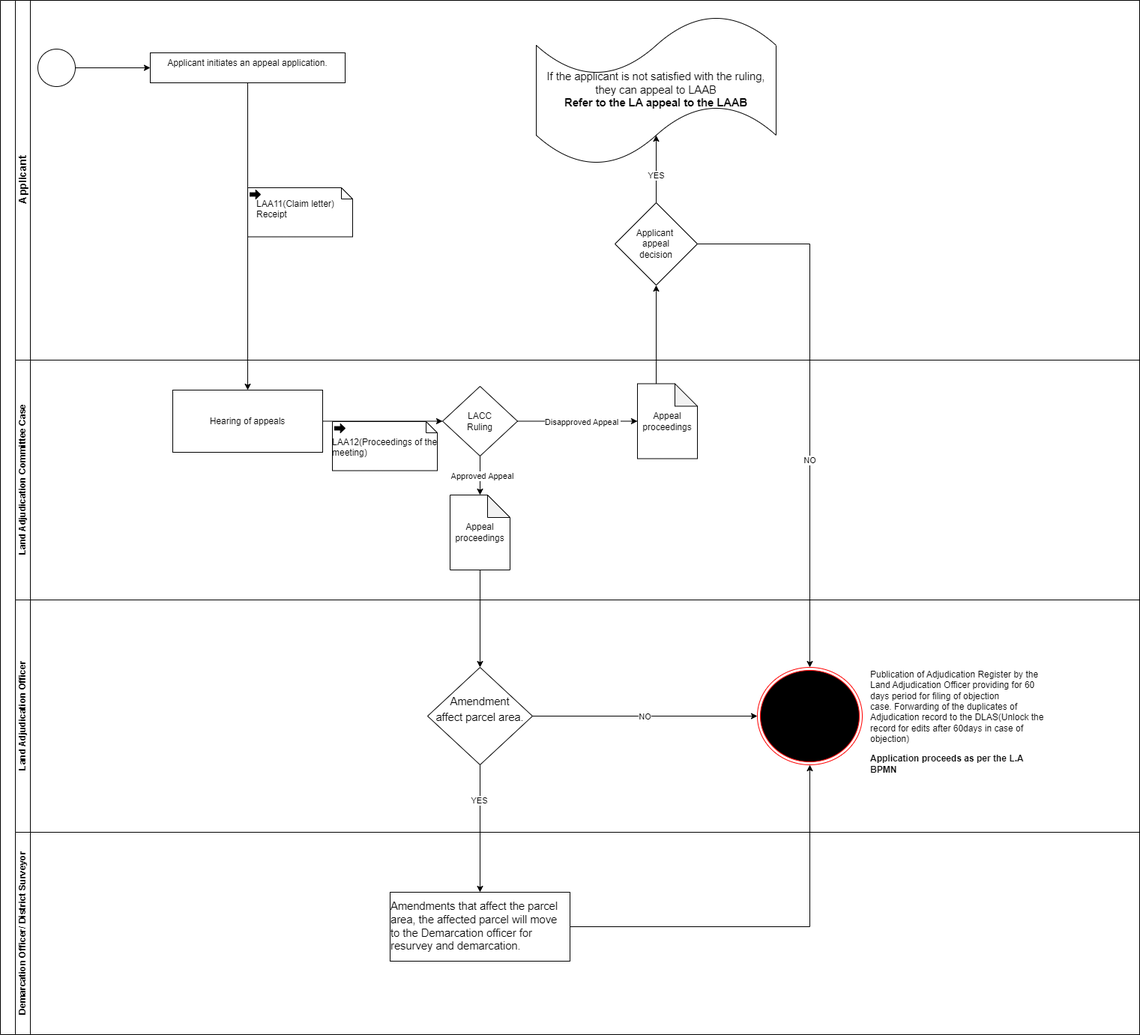
Earlier version of the draw.io export Land Adjudication Appeal to the LACC.drawio.png (geoprojectke/BPMN). Source tidied: cells renumbered, new cells last; positions are measured from the earlier drawing's top-left corner, leaving out a move shared by most shapes.
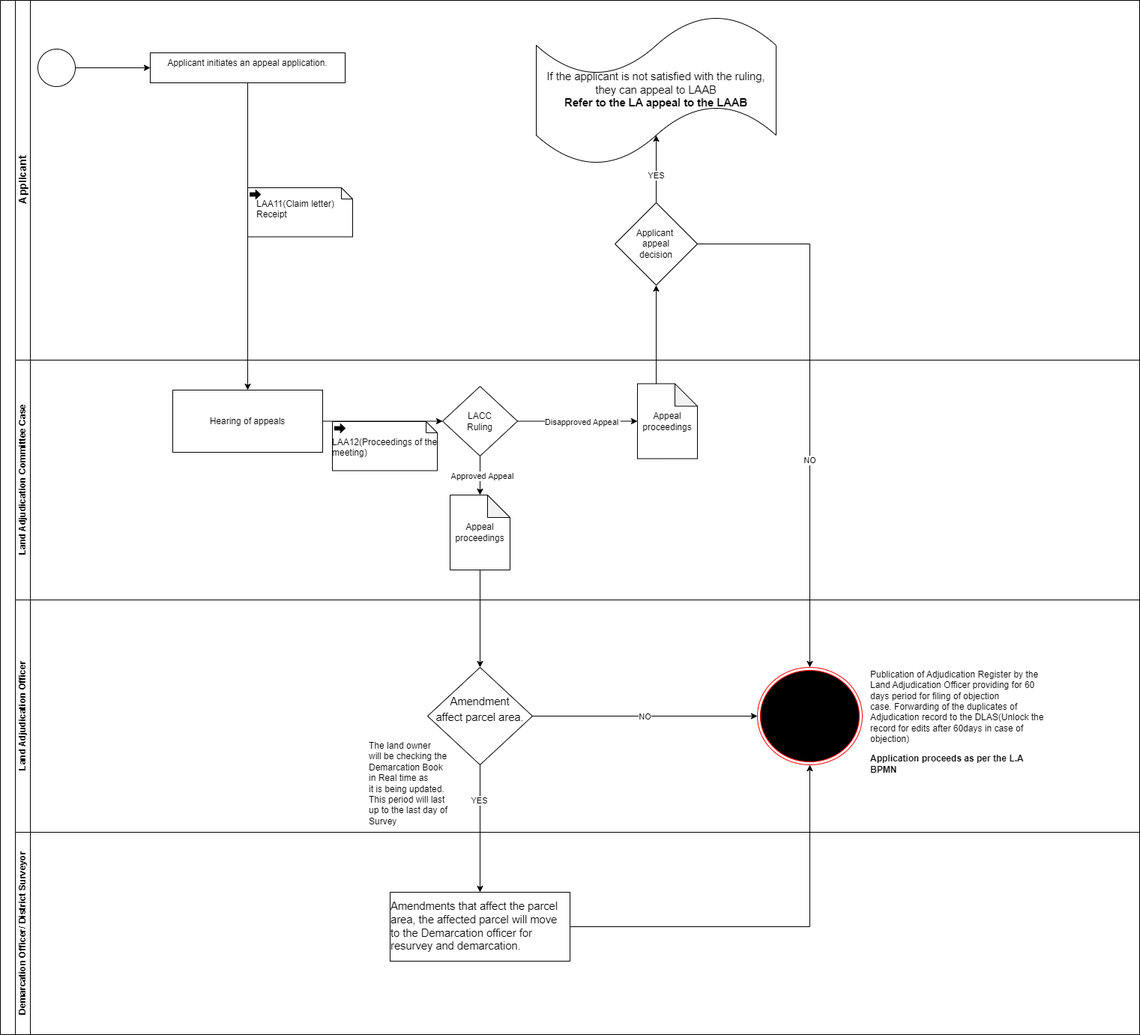
Later version of the same file.

Change to the diagram source:
```diff
@@ -94,6 +94,9 @@
     <mxCell id="31" style="ellipse;html=1;shape=endState;fillColor=#000000;strokeColor=#ff0000;" parent="25" vertex="1">
       <mxGeometry x="990" y="90" width="140" height="130" as="geometry" />
     </mxCell>
+    <mxCell id="44" value="The land owner&lt;div&gt;will be checking the&lt;/div&gt;&lt;div&gt;Demarcation Book&lt;/div&gt;&lt;div&gt;in Real time as&lt;/div&gt;&lt;div&gt;it is being updated.&amp;nbsp;&lt;/div&gt;&lt;div&gt;This period will last&lt;/div&gt;&lt;div&gt;up to the last day of&lt;/div&gt;&lt;div&gt;Survey&amp;nbsp;&lt;/div&gt;" style="text;html=1;align=left;verticalAlign=middle;strokeColor=none;fillColor=none;" parent="25" vertex="1">
+      <mxGeometry x="470" y="180" width="130" height="130" as="geometry" />
+    </mxCell>
     <mxCell id="32" value="Demarcation Officer/ District Surveyor" style="swimlane;html=1;startSize=20;horizontal=0;" parent="2" vertex="1">
       <mxGeometry x="20" y="1110" width="1500" height="270" as="geometry" />
     </mxCell>
```
